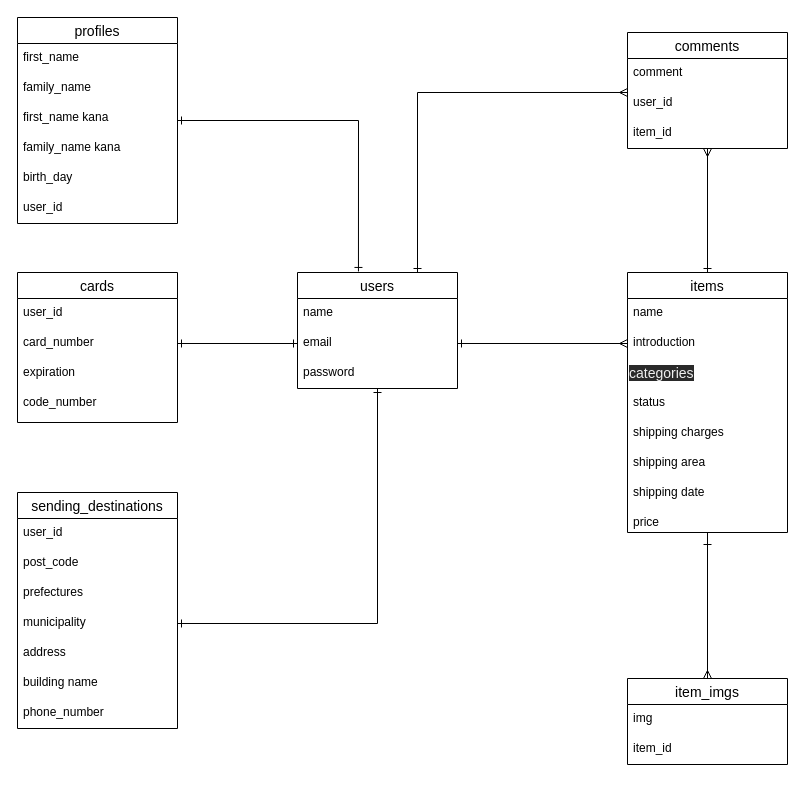
Above: ER.dio in nitou0414/furima-29572 (draw.io), before the change. Source tidied: cells renumbered, new cells numbered last; positions are measured from the earlier drawing's top-left corner, leaving out a move shared by most shapes. Both pictures are drawn from the tidied source at 100%, with x=0, y=0 at pixel (17, 17).
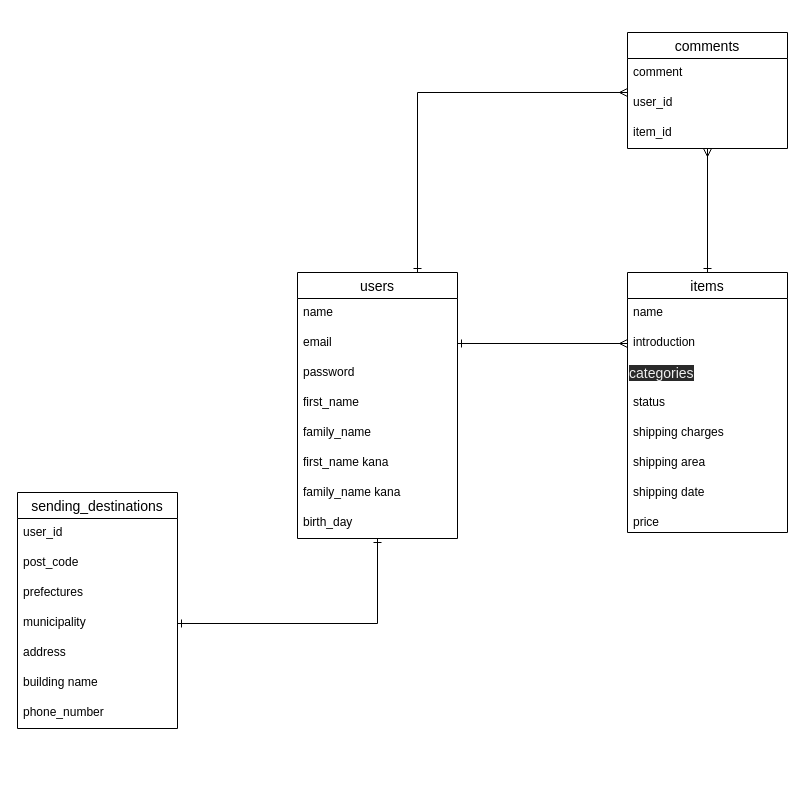
The same page after the edit.

Commit message (it also covers changes not shown here):
テーブル設計　修正しました

Unchanged cells that the change refers to:
```xml
<mxCell id="6" value="email" style="text;strokeColor=none;fillColor=none;spacingLeft=4;spacingRight=4;overflow=hidden;points=[[0,0.5],[1,0.5]];portConstraint=eastwest;fontSize=12;" parent="4" vertex="1">
  <mxGeometry y="56" width="160" height="30" as="geometry" />
</mxCell>
```

Change to the diagram source:
```diff
@@
     <mxCell id="4" value="users" style="swimlane;fontStyle=0;horizontal=1;startSize=26;align=center;fontSize=14;" parent="1" vertex="1">
-      <mxGeometry x="280" y="255" width="160" height="116" as="geometry" />
+      <mxGeometry x="280" y="255" width="160" height="266" as="geometry" />
     </mxCell>
@@
+    <mxCell id="24" value="first_name" style="text;strokeColor=none;fillColor=none;spacingLeft=4;spacingRight=4;overflow=hidden;fontSize=12;" parent="4" vertex="1">
+      <mxGeometry y="116" width="160" height="30" as="geometry" />
+    </mxCell>
+    <mxCell id="25" value="family_name" style="text;strokeColor=none;fillColor=none;spacingLeft=4;spacingRight=4;overflow=hidden;fontSize=12;" parent="4" vertex="1">
+      <mxGeometry y="146" width="160" height="30" as="geometry" />
+    </mxCell>
+    <mxCell id="26" value="first_name kana" style="text;strokeColor=none;fillColor=none;spacingLeft=4;spacingRight=4;overflow=hidden;fontSize=12;" parent="4" vertex="1">
+      <mxGeometry y="176" width="160" height="30" as="geometry" />
+    </mxCell>
+    <mxCell id="27" value="family_name kana" style="text;strokeColor=none;fillColor=none;spacingLeft=4;spacingRight=4;overflow=hidden;fontSize=12;" parent="4" vertex="1">
+      <mxGeometry y="206" width="160" height="30" as="geometry" />
+    </mxCell>
+    <mxCell id="28" value="birth_day" style="text;strokeColor=none;fillColor=none;spacingLeft=4;spacingRight=4;overflow=hidden;fontSize=12;" parent="4" vertex="1">
+      <mxGeometry y="236" width="160" height="30" as="geometry" />
+    </mxCell>
@@
-    <mxCell id="17" value="cards" style="swimlane;fontStyle=0;horizontal=1;startSize=26;align=center;fontSize=14;" parent="1" vertex="1">
-      <mxGeometry y="255" width="160" height="150" as="geometry" />
-    </mxCell>
-    <mxCell id="18" value="user_id" style="text;strokeColor=none;fillColor=none;spacingLeft=4;spacingRight=4;overflow=hidden;fontSize=12;" parent="17" vertex="1">
-      <mxGeometry y="26" width="160" height="30" as="geometry" />
-    </mxCell>
-    <mxCell id="19" value="card_number" style="text;strokeColor=none;fillColor=none;spacingLeft=4;spacingRight=4;overflow=hidden;points=[[0,0.5],[1,0.5]];portConstraint=eastwest;fontSize=12;" parent="17" vertex="1">
-      <mxGeometry y="56" width="160" height="30" as="geometry" />
-    </mxCell>
-    <mxCell id="20" value="expiration" style="text;strokeColor=none;fillColor=none;spacingLeft=4;spacingRight=4;overflow=hidden;fontSize=12;" parent="17" vertex="1">
-      <mxGeometry y="86" width="160" height="30" as="geometry" />
-    </mxCell>
-    <mxCell id="21" value="code_number" style="text;strokeColor=none;fillColor=none;spacingLeft=4;spacingRight=4;overflow=hidden;fontSize=12;" parent="17" vertex="1">
-      <mxGeometry y="116" width="160" height="34" as="geometry" />
-    </mxCell>
-    <mxCell id="22" style="edgeStyle=orthogonalEdgeStyle;rounded=0;jettySize=auto;html=1;entryX=0.381;entryY=-0.009;entryDx=0;entryDy=0;entryPerimeter=0;startArrow=ERone;startFill=0;endArrow=ERone;endFill=0;" parent="1" edge="1" source="23" target="4">
-      <mxGeometry relative="1" as="geometry" />
-    </mxCell>
-    <mxCell id="23" value="profiles" style="swimlane;fontStyle=0;horizontal=1;startSize=26;align=center;fontSize=14;" parent="1" vertex="1">
-      <mxGeometry width="160" height="206" as="geometry" />
-    </mxCell>
-    <mxCell id="24" value="first_name" style="text;strokeColor=none;fillColor=none;spacingLeft=4;spacingRight=4;overflow=hidden;fontSize=12;" parent="23" vertex="1">
-      <mxGeometry y="26" width="160" height="30" as="geometry" />
-    </mxCell>
-    <mxCell id="25" value="family_name" style="text;strokeColor=none;fillColor=none;spacingLeft=4;spacingRight=4;overflow=hidden;fontSize=12;" parent="23" vertex="1">
-      <mxGeometry y="56" width="160" height="30" as="geometry" />
-    </mxCell>
-    <mxCell id="26" value="first_name kana" style="text;strokeColor=none;fillColor=none;spacingLeft=4;spacingRight=4;overflow=hidden;fontSize=12;" parent="23" vertex="1">
-      <mxGeometry y="86" width="160" height="30" as="geometry" />
-    </mxCell>
-    <mxCell id="27" value="family_name kana" style="text;strokeColor=none;fillColor=none;spacingLeft=4;spacingRight=4;overflow=hidden;fontSize=12;" parent="23" vertex="1">
-      <mxGeometry y="116" width="160" height="30" as="geometry" />
-    </mxCell>
-    <mxCell id="28" value="birth_day" style="text;strokeColor=none;fillColor=none;spacingLeft=4;spacingRight=4;overflow=hidden;fontSize=12;" parent="23" vertex="1">
-      <mxGeometry y="146" width="160" height="30" as="geometry" />
-    </mxCell>
-    <mxCell id="29" value="user_id" style="text;strokeColor=none;fillColor=none;spacingLeft=4;spacingRight=4;overflow=hidden;fontSize=12;" parent="23" vertex="1">
-      <mxGeometry y="176" width="160" height="30" as="geometry" />
-    </mxCell>
@@
-    <mxCell id="36" value="item_imgs" style="swimlane;fontStyle=0;horizontal=1;startSize=26;align=center;fontSize=14;" parent="1" vertex="1">
-      <mxGeometry x="610" y="661" width="160" height="86" as="geometry" />
-    </mxCell>
-    <mxCell id="37" value="img" style="text;strokeColor=none;fillColor=none;spacingLeft=4;spacingRight=4;overflow=hidden;fontSize=12;" parent="36" vertex="1">
-      <mxGeometry y="26" width="160" height="30" as="geometry" />
-    </mxCell>
-    <mxCell id="38" value="item_id" style="text;strokeColor=none;fillColor=none;spacingLeft=4;spacingRight=4;overflow=hidden;fontSize=12;" parent="36" vertex="1">
-      <mxGeometry y="56" width="160" height="30" as="geometry" />
-    </mxCell>
-    <mxCell id="39" style="edgeStyle=orthogonalEdgeStyle;rounded=0;jettySize=auto;html=1;entryX=0.5;entryY=0;entryDx=0;entryDy=0;startArrow=ERone;startFill=0;endArrow=ERmany;endFill=0;" parent="1" edge="1" target="36">
-      <mxGeometry relative="1" as="geometry">
-        <mxPoint x="690" y="531" as="sourcePoint" />
-        <Array as="points">
-          <mxPoint x="690" y="515" />
-        </Array>
-      </mxGeometry>
-    </mxCell>
-    <mxCell id="40" style="edgeStyle=orthogonalEdgeStyle;rounded=0;jettySize=auto;html=1;exitX=1;exitY=0.5;exitDx=0;exitDy=0;startArrow=ERone;startFill=0;endArrow=ERone;endFill=0;" parent="1" edge="1" source="19" target="6">
-      <mxGeometry relative="1" as="geometry" />
-    </mxCell>
```
